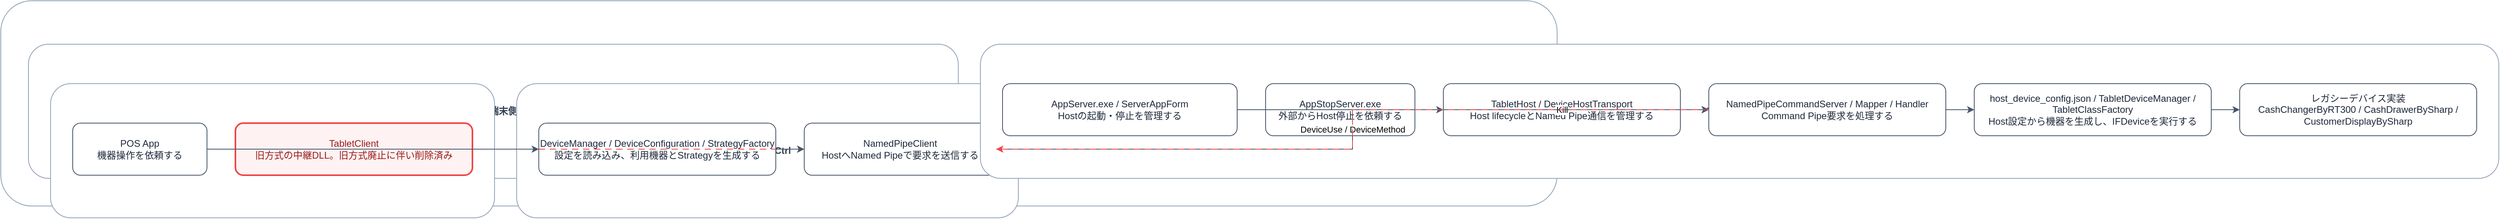
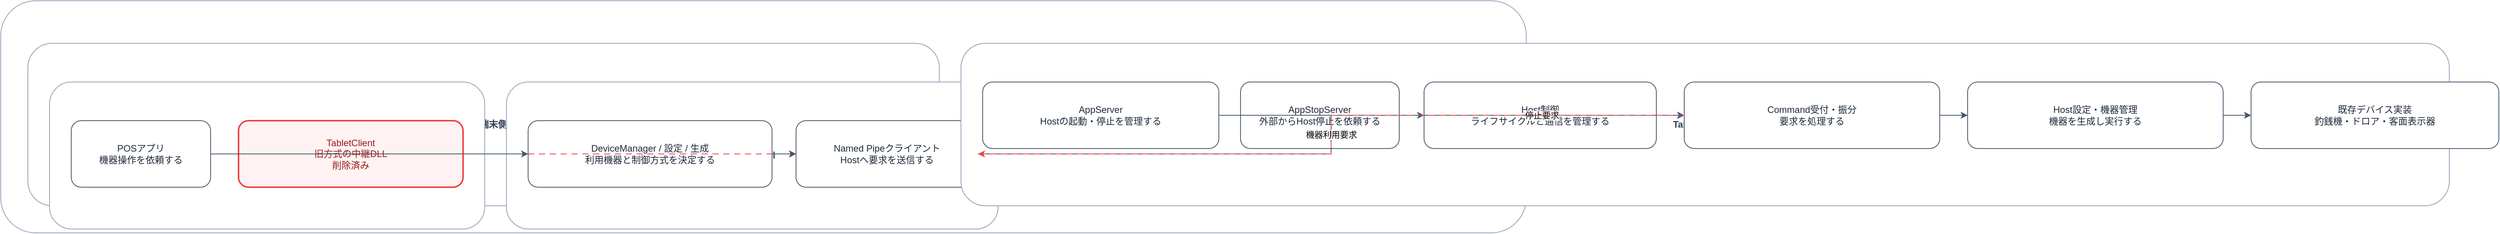
<mxfile host="Drawpyo" modified="2026-06-23T14:05:48" agent="Python 3.13, Drawpyo 0.23" version="21.6.5" type="device">
  <diagram name="Page-1" id="4361768304">
    <mxGraphModel dx="2037" dy="830" grid="1" gridSize="10" guides="1" toolTips="1" connect="1" arrows="1" fold="1" page="1" pageScale="1" pageWidth="850" pageHeight="1100" math="0" shadow="0">
      <root>
        <mxCell id="0" />
        <mxCell id="1" parent="0" />
        <mxCell id="architecture" value="ARCH-01" style="rounded=1;whiteSpace=wrap;html=1;fontSize=12;fontStyle=1;fontColor=#334155;fillColor=#FFFFFF;strokeColor=#94A3B8;container=1;recursiveResize=0;collapsible=0;" vertex="1" parent="1">
-   <mxGeometry x="60" y="60" width="1970" height="260" as="geometry" />
+   <mxGeometry x="60" y="60" width="1970" height="300" as="geometry" />
</mxCell>
        <mxCell id="terminal" value="POS端末側" style="rounded=1;whiteSpace=wrap;html=1;fontSize=12;fontStyle=1;fontColor=#334155;fillColor=#FFFFFF;strokeColor=#94A3B8;container=1;recursiveResize=0;collapsible=0;" vertex="1" parent="architecture">
-   <mxGeometry x="35" y="55" width="1177" height="170" as="geometry" />
+   <mxGeometry x="35" y="55" width="1177" height="210" as="geometry" />
</mxCell>
        <mxCell id="app" value="App" style="rounded=1;whiteSpace=wrap;html=1;fontSize=12;fontStyle=1;fontColor=#334155;fillColor=#FFFFFF;strokeColor=#94A3B8;container=1;recursiveResize=0;collapsible=0;" vertex="1" parent="terminal">
-   <mxGeometry x="28" y="50" width="562" height="170" as="geometry" />
+   <mxGeometry x="28" y="50" width="562" height="190" as="geometry" />
</mxCell>
-         <mxCell id="pos_app" value="POS App&lt;br&gt;機器操作を依頼する" style="rounded=1;whiteSpace=wrap;html=1;fontSize=12;fontStyle=0;fontColor=#1E293B;fillColor=#FFFFFF;strokeColor=#475569;" vertex="1" parent="app">
-   <mxGeometry x="28" y="50" width="170" height="66" as="geometry" />
+         <mxCell id="pos_app" value="POSアプリ&lt;br&gt;機器操作を依頼する" style="rounded=1;whiteSpace=wrap;html=1;fontSize=12;fontStyle=0;fontColor=#1E293B;fillColor=#FFFFFF;strokeColor=#475569;" vertex="1" parent="app">
+   <mxGeometry x="28" y="50" width="180" height="86" as="geometry" />
</mxCell>
-         <mxCell id="tabletclient_removed" value="TabletClient&lt;br&gt;旧方式の中継DLL。旧方式廃止に伴い削除済み" style="rounded=1;whiteSpace=wrap;html=1;fontSize=12;fontStyle=0;fontColor=#991B1B;fillColor=#FEF2F2;strokeColor=#EF4444;strokeWidth=2;" vertex="1" parent="app">
-   <mxGeometry x="234" y="50" width="300" height="66" as="geometry" />
+         <mxCell id="tabletclient_removed" value="TabletClient&lt;br&gt;旧方式の中継DLL&lt;br&gt;削除済み" style="rounded=1;whiteSpace=wrap;html=1;fontSize=12;fontStyle=0;fontColor=#991B1B;fillColor=#FEF2F2;strokeColor=#EF4444;strokeWidth=2;" vertex="1" parent="app">
+   <mxGeometry x="244" y="50" width="290" height="86" as="geometry" />
</mxCell>
        <mxCell id="device_ctrl" value="DeviceCtrl" style="rounded=1;whiteSpace=wrap;html=1;fontSize=12;fontStyle=1;fontColor=#334155;fillColor=#FFFFFF;strokeColor=#94A3B8;container=1;recursiveResize=0;collapsible=0;" vertex="1" parent="terminal">
-   <mxGeometry x="618" y="50" width="635" height="170" as="geometry" />
+   <mxGeometry x="618" y="50" width="635" height="190" as="geometry" />
</mxCell>
-         <mxCell id="device_setup" value="DeviceManager / DeviceConfiguration / StrategyFactory&lt;br&gt;設定を読み込み、利用機器とStrategyを生成する" style="rounded=1;whiteSpace=wrap;html=1;fontSize=12;fontStyle=0;fontColor=#1E293B;fillColor=#FFFFFF;strokeColor=#475569;" vertex="1" parent="device_ctrl">
-   <mxGeometry x="28" y="50" width="300" height="66" as="geometry" />
+         <mxCell id="device_setup" value="DeviceManager / 設定 / 生成&lt;br&gt;利用機器と制御方式を決定する" style="rounded=1;whiteSpace=wrap;html=1;fontSize=12;fontStyle=0;fontColor=#1E293B;fillColor=#FFFFFF;strokeColor=#475569;" vertex="1" parent="device_ctrl">
+   <mxGeometry x="28" y="50" width="315" height="86" as="geometry" />
</mxCell>
-         <mxCell id="namedpipe_client" value="NamedPipeClient&lt;br&gt;HostへNamed Pipeで要求を送信する" style="rounded=1;whiteSpace=wrap;html=1;fontSize=12;fontStyle=0;fontColor=#1E293B;fillColor=#FFFFFF;strokeColor=#475569;" vertex="1" parent="device_ctrl">
-   <mxGeometry x="364" y="50" width="243" height="66" as="geometry" />
+         <mxCell id="namedpipe_client" value="Named Pipeクライアント&lt;br&gt;Hostへ要求を送信する" style="rounded=1;whiteSpace=wrap;html=1;fontSize=12;fontStyle=0;fontColor=#1E293B;fillColor=#FFFFFF;strokeColor=#475569;" vertex="1" parent="device_ctrl">
+   <mxGeometry x="374" y="50" width="235" height="86" as="geometry" />
</mxCell>
        <mxCell id="host" value="TabetPos.Host" style="rounded=1;whiteSpace=wrap;html=1;fontSize=12;fontStyle=1;fontColor=#334155;fillColor=#FFFFFF;strokeColor=#94A3B8;container=1;recursiveResize=0;collapsible=0;" vertex="1" parent="architecture">
-   <mxGeometry x="1240" y="55" width="1922" height="170" as="geometry" />
+   <mxGeometry x="1240" y="55" width="1922" height="210" as="geometry" />
</mxCell>
-         <mxCell id="app_server" value="AppServer.exe / ServerAppForm&lt;br&gt;Hostの起動・停止を管理する" style="rounded=1;whiteSpace=wrap;html=1;fontSize=12;fontStyle=0;fontColor=#1E293B;fillColor=#FFFFFF;strokeColor=#475569;" vertex="1" parent="host">
-   <mxGeometry x="28" y="50" width="297" height="66" as="geometry" />
+         <mxCell id="app_server" value="AppServer&lt;br&gt;Hostの起動・停止を管理する" style="rounded=1;whiteSpace=wrap;html=1;fontSize=12;fontStyle=0;fontColor=#1E293B;fillColor=#FFFFFF;strokeColor=#475569;" vertex="1" parent="host">
+   <mxGeometry x="28" y="50" width="305" height="86" as="geometry" />
</mxCell>
-         <mxCell id="app_stop" value="AppStopServer.exe&lt;br&gt;外部からHost停止を依頼する" style="rounded=1;whiteSpace=wrap;html=1;fontSize=12;fontStyle=0;fontColor=#1E293B;fillColor=#FFFFFF;strokeColor=#475569;" vertex="1" parent="host">
-   <mxGeometry x="361" y="50" width="189" height="66" as="geometry" />
+         <mxCell id="app_stop" value="AppStopServer&lt;br&gt;外部からHost停止を依頼する" style="rounded=1;whiteSpace=wrap;html=1;fontSize=12;fontStyle=0;fontColor=#1E293B;fillColor=#FFFFFF;strokeColor=#475569;" vertex="1" parent="host">
+   <mxGeometry x="361" y="50" width="205" height="86" as="geometry" />
</mxCell>
-         <mxCell id="tablethost" value="TabletHost / DeviceHostTransport&lt;br&gt;Host lifecycleとNamed Pipe通信を管理する" style="rounded=1;whiteSpace=wrap;html=1;fontSize=12;fontStyle=0;fontColor=#1E293B;fillColor=#FFFFFF;strokeColor=#475569;" vertex="1" parent="host">
-   <mxGeometry x="586" y="50" width="300" height="66" as="geometry" />
+         <mxCell id="tablethost" value="Host制御&lt;br&gt;ライフサイクルと通信を管理する" style="rounded=1;whiteSpace=wrap;html=1;fontSize=12;fontStyle=0;fontColor=#1E293B;fillColor=#FFFFFF;strokeColor=#475569;" vertex="1" parent="host">
+   <mxGeometry x="598" y="50" width="300" height="86" as="geometry" />
</mxCell>
-         <mxCell id="command_flow" value="NamedPipeCommandServer / Mapper / Handler&lt;br&gt;Command Pipe要求を処理する" style="rounded=1;whiteSpace=wrap;html=1;fontSize=12;fontStyle=0;fontColor=#1E293B;fillColor=#FFFFFF;strokeColor=#475569;" vertex="1" parent="host">
-   <mxGeometry x="922" y="50" width="300" height="66" as="geometry" />
+         <mxCell id="command_flow" value="Command受付・振分&lt;br&gt;要求を処理する" style="rounded=1;whiteSpace=wrap;html=1;fontSize=12;fontStyle=0;fontColor=#1E293B;fillColor=#FFFFFF;strokeColor=#475569;" vertex="1" parent="host">
+   <mxGeometry x="934" y="50" width="330" height="86" as="geometry" />
</mxCell>
-         <mxCell id="device_runtime" value="host_device_config.json / TabletDeviceManager / TabletClassFactory&lt;br&gt;Host設定から機器を生成し、IFDeviceを実行する" style="rounded=1;whiteSpace=wrap;html=1;fontSize=12;fontStyle=0;fontColor=#1E293B;fillColor=#FFFFFF;strokeColor=#475569;" vertex="1" parent="host">
-   <mxGeometry x="1258" y="50" width="300" height="66" as="geometry" />
+         <mxCell id="device_runtime" value="Host設定・機器管理&lt;br&gt;機器を生成し実行する" style="rounded=1;whiteSpace=wrap;html=1;fontSize=12;fontStyle=0;fontColor=#1E293B;fillColor=#FFFFFF;strokeColor=#475569;" vertex="1" parent="host">
+   <mxGeometry x="1300" y="50" width="330" height="86" as="geometry" />
</mxCell>
-         <mxCell id="legacy_devices" value="レガシーデバイス実装&lt;br&gt;CashChangerByRT300 / CashDrawerBySharp / CustomerDisplayBySharp" style="rounded=1;whiteSpace=wrap;html=1;fontSize=12;fontStyle=0;fontColor=#1E293B;fillColor=#FFFFFF;strokeColor=#475569;" vertex="1" parent="host">
-   <mxGeometry x="1594" y="50" width="300" height="66" as="geometry" />
+         <mxCell id="legacy_devices" value="既存デバイス実装&lt;br&gt;釣銭機・ドロア・客面表示器" style="rounded=1;whiteSpace=wrap;html=1;fontSize=12;fontStyle=0;fontColor=#1E293B;fillColor=#FFFFFF;strokeColor=#475569;" vertex="1" parent="host">
+   <mxGeometry x="1666" y="50" width="320" height="86" as="geometry" />
</mxCell>
        <mxCell id="edge_1_tabletclient_removed_namedpipe_client" style="edgeStyle=orthogonalEdgeStyle;rounded=0;orthogonalLoop=1;jettySize=auto;html=1;endArrow=classic;strokeColor=#EF4444;strokeWidth=1;dashed=1;dashPattern=8 6;fontColor=#991B1B;" edge="1" parent="1" source="tabletclient_removed" target="namedpipe_client">
  <mxGeometry relative="1" as="geometry" />
</mxCell>
        <mxCell id="edge_2_app_server_tablethost" style="edgeStyle=orthogonalEdgeStyle;rounded=0;orthogonalLoop=1;jettySize=auto;html=1;endArrow=classic;strokeColor=#475569;strokeWidth=1;" edge="1" parent="1" source="app_server" target="tablethost">
  <mxGeometry relative="1" as="geometry" />
</mxCell>
-         <mxCell id="edge_3_app_stop_command_flow" style="edgeStyle=orthogonalEdgeStyle;rounded=0;orthogonalLoop=1;jettySize=auto;html=1;endArrow=classic;strokeColor=#475569;strokeWidth=1;" edge="1" parent="1" source="app_stop" target="command_flow" value="Kill">
+         <mxCell id="edge_3_app_stop_command_flow" style="edgeStyle=orthogonalEdgeStyle;rounded=0;orthogonalLoop=1;jettySize=auto;html=1;endArrow=classic;strokeColor=#475569;strokeWidth=1;fontSize=11;labelBackgroundColor=#ffffff;" edge="1" parent="1" source="app_stop" target="command_flow" value="停止要求">
  <mxGeometry relative="1" as="geometry" />
</mxCell>
        <mxCell id="edge_4_tablethost_command_flow" style="edgeStyle=orthogonalEdgeStyle;rounded=0;orthogonalLoop=1;jettySize=auto;html=1;endArrow=classic;strokeColor=#475569;strokeWidth=1;" edge="1" parent="1" source="tablethost" target="command_flow">
  <mxGeometry relative="1" as="geometry" />
</mxCell>
        <mxCell id="edge_5_command_flow_device_runtime" style="edgeStyle=orthogonalEdgeStyle;rounded=0;orthogonalLoop=1;jettySize=auto;html=1;endArrow=classic;strokeColor=#475569;strokeWidth=1;" edge="1" parent="1" source="command_flow" target="device_runtime">
  <mxGeometry relative="1" as="geometry" />
</mxCell>
        <mxCell id="edge_6_device_runtime_legacy_devices" style="edgeStyle=orthogonalEdgeStyle;rounded=0;orthogonalLoop=1;jettySize=auto;html=1;endArrow=classic;strokeColor=#475569;strokeWidth=1;" edge="1" parent="1" source="device_runtime" target="legacy_devices">
  <mxGeometry relative="1" as="geometry" />
</mxCell>
        <mxCell id="edge_7_pos_app_device_setup" style="edgeStyle=orthogonalEdgeStyle;rounded=0;orthogonalLoop=1;jettySize=auto;html=1;endArrow=classic;strokeColor=#475569;strokeWidth=1;" edge="1" parent="1" source="pos_app" target="device_setup">
  <mxGeometry relative="1" as="geometry" />
</mxCell>
        <mxCell id="edge_8_device_setup_namedpipe_client" style="edgeStyle=orthogonalEdgeStyle;rounded=0;orthogonalLoop=1;jettySize=auto;html=1;endArrow=classic;strokeColor=#475569;strokeWidth=1;" edge="1" parent="1" source="device_setup" target="namedpipe_client">
  <mxGeometry relative="1" as="geometry" />
</mxCell>
-         <mxCell id="edge_9_namedpipe_client_command_flow" style="edgeStyle=orthogonalEdgeStyle;rounded=0;orthogonalLoop=1;jettySize=auto;html=1;endArrow=classic;strokeColor=#475569;strokeWidth=1;" edge="1" parent="1" source="namedpipe_client" target="command_flow" value="DeviceUse / DeviceMethod">
+         <mxCell id="edge_9_namedpipe_client_command_flow" style="edgeStyle=orthogonalEdgeStyle;rounded=0;orthogonalLoop=1;jettySize=auto;html=1;endArrow=classic;strokeColor=#475569;strokeWidth=1;fontSize=11;labelBackgroundColor=#ffffff;" edge="1" parent="1" source="namedpipe_client" target="command_flow" value="機器利用要求">
  <mxGeometry relative="1" as="geometry" />
</mxCell>
        <mxCell id="edge_10_command_flow_namedpipe_client" style="edgeStyle=orthogonalEdgeStyle;rounded=0;orthogonalLoop=1;jettySize=auto;html=1;endArrow=classic;strokeColor=#EF4444;strokeWidth=1;dashed=1;dashPattern=8 6;fontColor=#991B1B;" edge="1" parent="1" source="command_flow" target="namedpipe_client">
  <mxGeometry relative="1" as="geometry" />
</mxCell>
      </root>
    </mxGraphModel>
  </diagram>
- </mxfile>+ </mxfile>
